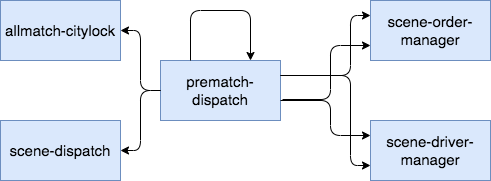
The draw.io diagram Untitled Diagram.png in NIGHTFIGHTING/wiser, before a commit. Source tidied: cells renumbered, new cells last; positions are measured from the earlier drawing's top-left corner, leaving out a move shared by most shapes.
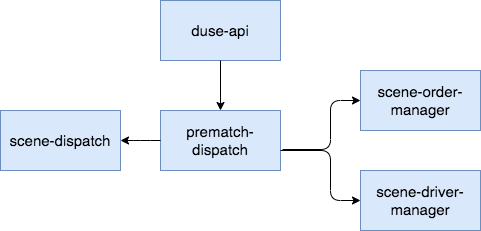
The same diagram one commit later.

Change to the diagram source:
```diff
@@ -3,64 +3,41 @@
     <mxCell id="0" />
     <mxCell id="1" parent="0" />
     <mxCell id="2" value="&lt;font style=&quot;font-size: 15px&quot;&gt;prematch-dispatch&lt;/font&gt;" style="rounded=0;whiteSpace=wrap;html=1;strokeColor=#6c8ebf;strokeWidth=1;fillColor=#dae8fc;" parent="1" vertex="1">
-      <mxGeometry x="160" y="60" width="120" height="60" as="geometry" />
+      <mxGeometry x="140" y="80" width="120" height="60" as="geometry" />
     </mxCell>
     <mxCell id="3" value="&lt;font style=&quot;font-size: 15px&quot;&gt;scene-order-manager&lt;/font&gt;" style="rounded=0;whiteSpace=wrap;html=1;strokeColor=#6c8ebf;strokeWidth=1;fillColor=#dae8fc;" parent="1" vertex="1">
-      <mxGeometry x="370" width="120" height="60" as="geometry" />
+      <mxGeometry x="340" y="40" width="120" height="60" as="geometry" />
     </mxCell>
     <mxCell id="4" value="&lt;font style=&quot;font-size: 15px&quot;&gt;scene-driver-manager&lt;/font&gt;" style="rounded=0;whiteSpace=wrap;html=1;strokeColor=#6c8ebf;strokeWidth=1;fillColor=#dae8fc;" parent="1" vertex="1">
-      <mxGeometry x="370" y="120" width="120" height="60" as="geometry" />
+      <mxGeometry x="340" y="140" width="120" height="60" as="geometry" />
     </mxCell>
-    <mxCell id="5" value="&lt;font style=&quot;font-size: 15px&quot;&gt;allmatch-citylock&lt;/font&gt;" style="rounded=0;whiteSpace=wrap;html=1;strokeColor=#6c8ebf;strokeWidth=1;fillColor=#dae8fc;" parent="1" vertex="1">
-      <mxGeometry width="120" height="60" as="geometry" />
-    </mxCell>
     <mxCell id="6" value="&lt;font style=&quot;font-size: 15px&quot;&gt;scene-dispatch&lt;/font&gt;" style="rounded=0;whiteSpace=wrap;html=1;strokeColor=#6c8ebf;strokeWidth=1;fillColor=#dae8fc;" parent="1" vertex="1">
-      <mxGeometry y="120" width="120" height="60" as="geometry" />
+      <mxGeometry x="-20" y="80" width="120" height="60" as="geometry" />
     </mxCell>
-    <mxCell id="7" style="edgeStyle=elbowEdgeStyle;elbow=horizontal;endArrow=classic;html=1;entryX=0;entryY=0.25;entryDx=0;entryDy=0;exitX=1;exitY=0.25;exitDx=0;exitDy=0;" parent="1" edge="1" source="2" target="3">
-      <mxGeometry relative="1" as="geometry">
-        <Array as="points">
-          <mxPoint x="350" y="50" />
-        </Array>
-      </mxGeometry>
-    </mxCell>
-    <mxCell id="8" style="edgeStyle=elbowEdgeStyle;elbow=horizontal;endArrow=classic;html=1;entryX=0;entryY=0.75;entryDx=0;entryDy=0;exitX=1;exitY=0.25;exitDx=0;exitDy=0;" parent="1" edge="1" source="2" target="4">
-      <mxGeometry relative="1" as="geometry">
-        <Array as="points">
-          <mxPoint x="350" y="110" />
-        </Array>
-      </mxGeometry>
-    </mxCell>
-    <mxCell id="9" style="edgeStyle=elbowEdgeStyle;elbow=horizontal;endArrow=classic;html=1;exitX=1.017;exitY=0.65;exitDx=0;exitDy=0;exitPerimeter=0;entryX=0;entryY=0.75;entryDx=0;entryDy=0;" parent="1" edge="1" source="2" target="3">
+    <mxCell id="9" style="edgeStyle=elbowEdgeStyle;elbow=horizontal;endArrow=classic;html=1;exitX=1.017;exitY=0.65;exitDx=0;exitDy=0;exitPerimeter=0;entryX=0;entryY=0.5;entryDx=0;entryDy=0;" parent="1" edge="1" source="2" target="3">
       <mxGeometry relative="1" as="geometry">
         <Array as="points">
-          <mxPoint x="330" y="90" />
-          <mxPoint x="310" y="90" />
+          <mxPoint x="310" y="110" />
+          <mxPoint x="290" y="110" />
         </Array>
       </mxGeometry>
     </mxCell>
-    <mxCell id="10" style="edgeStyle=elbowEdgeStyle;elbow=horizontal;endArrow=classic;html=1;entryX=0;entryY=0.25;entryDx=0;entryDy=0;" parent="1" edge="1" target="4">
+    <mxCell id="10" style="edgeStyle=elbowEdgeStyle;elbow=horizontal;endArrow=classic;html=1;entryX=0;entryY=0.5;entryDx=0;entryDy=0;" parent="1" edge="1" target="4">
       <mxGeometry relative="1" as="geometry">
-        <mxPoint x="280" y="100" as="sourcePoint" />
+        <mxPoint x="260" y="120" as="sourcePoint" />
         <Array as="points">
-          <mxPoint x="330" y="130" />
+          <mxPoint x="310" y="150" />
         </Array>
       </mxGeometry>
     </mxCell>
-    <mxCell id="11" style="edgeStyle=elbowEdgeStyle;elbow=horizontal;endArrow=classic;html=1;exitX=0;exitY=0.5;exitDx=0;exitDy=0;entryX=1;entryY=0.5;entryDx=0;entryDy=0;" parent="1" edge="1" source="2" target="5">
-      <mxGeometry relative="1" as="geometry" />
-    </mxCell>
     <mxCell id="12" style="edgeStyle=elbowEdgeStyle;elbow=horizontal;endArrow=classic;html=1;entryX=1;entryY=0.5;entryDx=0;entryDy=0;exitX=0;exitY=0.5;exitDx=0;exitDy=0;" parent="1" edge="1" source="2" target="6">
       <mxGeometry relative="1" as="geometry" />
     </mxCell>
-    <mxCell id="13" style="edgeStyle=segmentEdgeStyle;endArrow=classic;html=1;exitX=0.25;exitY=0;exitDx=0;exitDy=0;" parent="1" edge="1" source="2">
-      <mxGeometry relative="1" as="geometry">
-        <mxPoint x="250" y="60" as="targetPoint" />
-        <Array as="points">
-          <mxPoint x="190" y="10" />
-          <mxPoint x="250" y="10" />
-        </Array>
-      </mxGeometry>
-    </mxCell>
+    <mxCell id="14" value="&lt;font style=&quot;font-size: 15px&quot;&gt;duse-api&lt;/font&gt;" style="rounded=0;whiteSpace=wrap;html=1;strokeColor=#6c8ebf;strokeWidth=1;fillColor=#dae8fc;" parent="1" vertex="1">
+      <mxGeometry x="140" y="-30" width="120" height="60" as="geometry" />
+    </mxCell>
+    <mxCell id="15" style="endArrow=classic;html=1;entryX=0.5;entryY=0;entryDx=0;entryDy=0;" parent="1" edge="1" source="14" target="2">
+      <mxGeometry relative="1" as="geometry" />
+    </mxCell>
   </root>
 </mxGraphModel>
```
